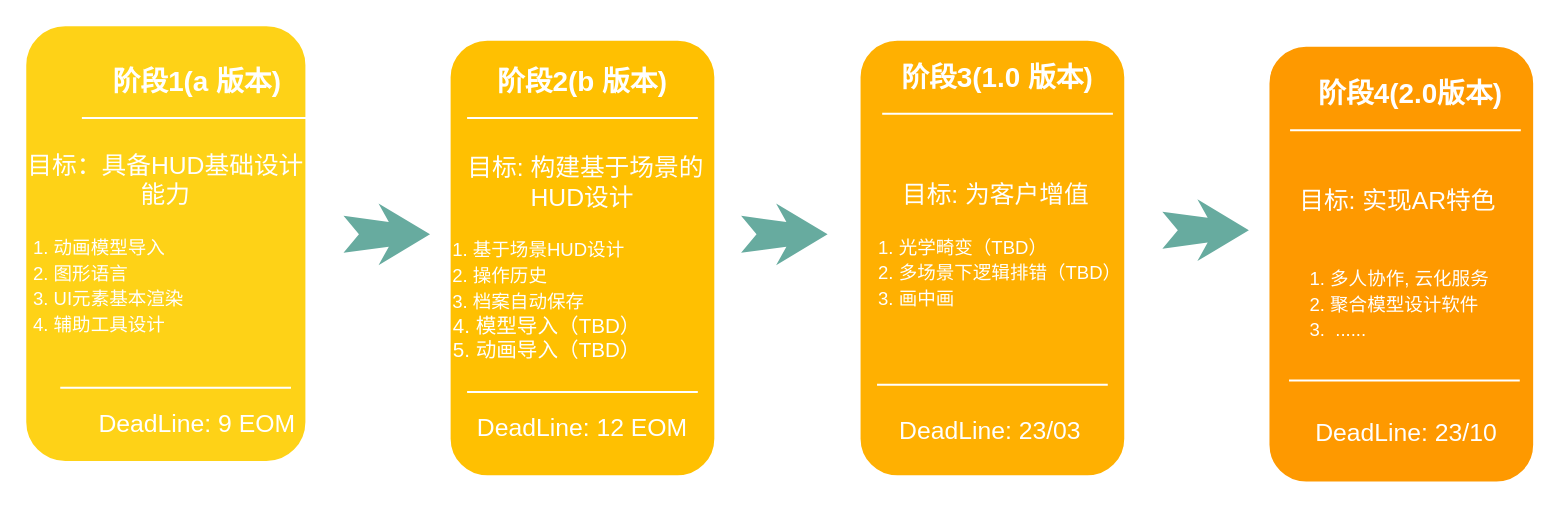
Earlier version of the draw.io diagram 版本规划.drawio (Evan2698/WorkFlowItem). Source tidied: cells renumbered, new cells numbered last; positions are measured from the earlier drawing's top-left corner, leaving out a move shared by most shapes. Both pictures are drawn from the tidied source at 103%, with x=0, y=0 at pixel (22, 22).
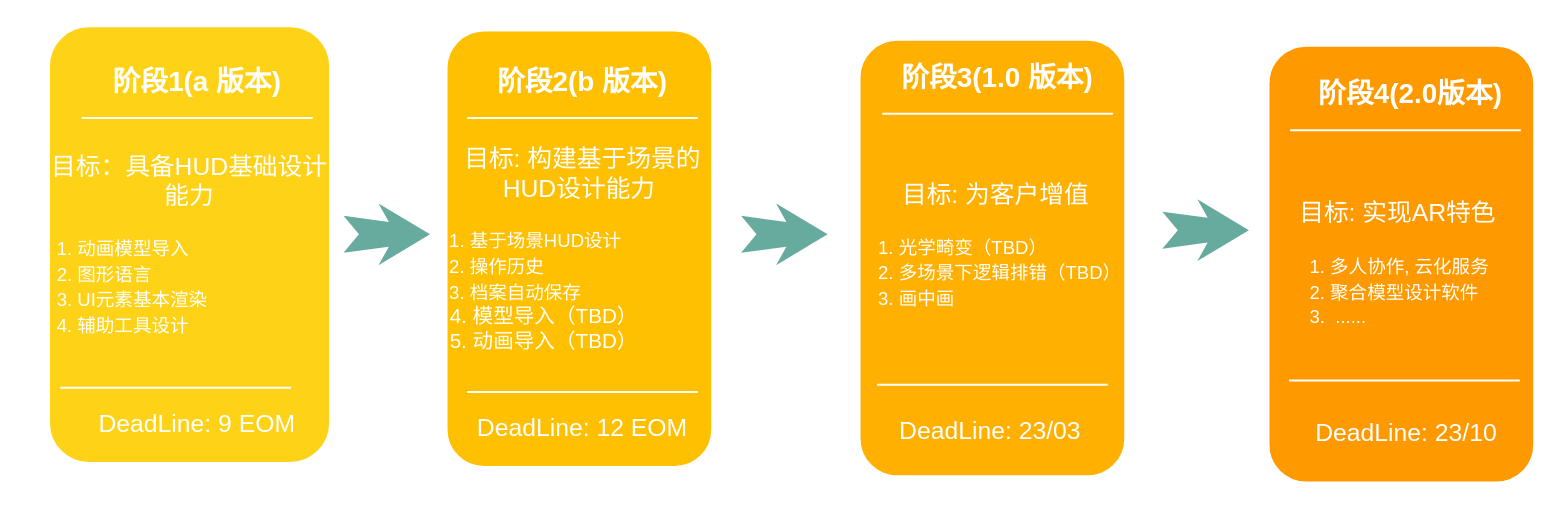
The same page after the edit.

The edit, as a diff of the source:
```diff
@@
     <mxCell id="2" value="&lt;font color=&quot;#ffffff&quot; style=&quot;&quot;&gt;&lt;span style=&quot;font-size: 24px;&quot;&gt;目标：具备HUD基础设计能力&lt;br&gt;&lt;/span&gt;&lt;br&gt;&lt;div style=&quot;text-align: left;&quot;&gt;&lt;span style=&quot;font-size: 18px; background-color: initial;&quot;&gt;&amp;nbsp; 1. 动画模型导入&lt;/span&gt;&lt;br&gt;&lt;/div&gt;&lt;div style=&quot;text-align: left;&quot;&gt;&lt;span style=&quot;background-color: initial;&quot;&gt;&lt;font style=&quot;font-size: 18px;&quot;&gt;&amp;nbsp; 2. 图形语言&lt;/font&gt;&lt;/span&gt;&lt;/div&gt;&lt;div style=&quot;text-align: left;&quot;&gt;&lt;span style=&quot;background-color: initial;&quot;&gt;&lt;font style=&quot;font-size: 18px;&quot;&gt;&amp;nbsp; 3.&lt;/font&gt;&lt;/span&gt;&lt;span style=&quot;font-size: 18px; background-color: initial;&quot;&gt;&amp;nbsp;UI元素基本渲染&lt;/span&gt;&lt;/div&gt;&lt;div style=&quot;text-align: left;&quot;&gt;&lt;span style=&quot;font-size: 18px; background-color: initial;&quot;&gt;&amp;nbsp; 4. 辅助工具设计&lt;/span&gt;&lt;/div&gt;&lt;/font&gt;" style="whiteSpace=wrap;html=1;rounded=1;shadow=0;strokeWidth=8;fontSize=20;align=center;fillColor=#FED217;strokeColor=#FFFFFF;" parent="1" vertex="1">
-      <mxGeometry width="279" height="430" as="geometry" />
+      <mxGeometry x="23" y="1" width="279" height="430" as="geometry" />
     </mxCell>
@@
-    <mxCell id="8" value="&lt;font color=&quot;#ffffff&quot; style=&quot;&quot;&gt;&lt;span style=&quot;font-size: 24px;&quot;&gt;&amp;nbsp;目标: 构建基于场景的HUD设计&lt;br&gt;&lt;/span&gt;&lt;br&gt;&lt;div style=&quot;text-align: left;&quot;&gt;&lt;span style=&quot;font-size: 18px; background-color: initial;&quot;&gt;&amp;nbsp;1. 基于场景HUD设计&lt;/span&gt;&lt;/div&gt;&lt;div style=&quot;text-align: left;&quot;&gt;&lt;span style=&quot;font-size: 18px; background-color: initial;&quot;&gt;&amp;nbsp;2. 操作历史&lt;/span&gt;&lt;/div&gt;&lt;div style=&quot;text-align: left;&quot;&gt;&lt;span style=&quot;font-size: 18px; background-color: initial;&quot;&gt;&amp;nbsp;3. 档案自动保存&lt;/span&gt;&lt;/div&gt;&lt;div style=&quot;text-align: left;&quot;&gt;&amp;nbsp;4. 模型导入（TBD）&lt;/div&gt;&lt;div style=&quot;text-align: left;&quot;&gt;&amp;nbsp;5. 动画导入（TBD）&amp;nbsp;&lt;/div&gt;&lt;/font&gt;" style="whiteSpace=wrap;html=1;rounded=1;shadow=0;strokeWidth=8;fontSize=20;align=center;fillColor=#FFC001;strokeColor=#FFFFFF;" parent="1" vertex="1">
-      <mxGeometry x="412" y="14" width="264" height="430" as="geometry" />
+    <mxCell id="8" value="&lt;font color=&quot;#ffffff&quot; style=&quot;&quot;&gt;&lt;span style=&quot;font-size: 24px;&quot;&gt;&amp;nbsp;目标: 构建基于场景的HUD设计能力&lt;br&gt;&lt;/span&gt;&lt;br&gt;&lt;div style=&quot;text-align: left;&quot;&gt;&lt;span style=&quot;font-size: 18px; background-color: initial;&quot;&gt;&amp;nbsp;1. 基于场景HUD设计&lt;/span&gt;&lt;/div&gt;&lt;div style=&quot;text-align: left;&quot;&gt;&lt;span style=&quot;font-size: 18px; background-color: initial;&quot;&gt;&amp;nbsp;2. 操作历史&lt;/span&gt;&lt;/div&gt;&lt;div style=&quot;text-align: left;&quot;&gt;&lt;span style=&quot;font-size: 18px; background-color: initial;&quot;&gt;&amp;nbsp;3. 档案自动保存&lt;/span&gt;&lt;/div&gt;&lt;div style=&quot;text-align: left;&quot;&gt;&amp;nbsp;4. 模型导入（TBD）&lt;/div&gt;&lt;div style=&quot;text-align: left;&quot;&gt;&amp;nbsp;5. 动画导入（TBD）&amp;nbsp;&lt;/div&gt;&lt;/font&gt;" style="whiteSpace=wrap;html=1;rounded=1;shadow=0;strokeWidth=8;fontSize=20;align=center;fillColor=#FFC001;strokeColor=#FFFFFF;" parent="1" vertex="1">
+      <mxGeometry x="409" y="5" width="264" height="430" as="geometry" />
     </mxCell>
@@
-    <mxCell id="18" value="&lt;font style=&quot;&quot; color=&quot;#ffffff&quot;&gt;&lt;span style=&quot;font-size: 24px;&quot;&gt;目标: 实现AR特色&amp;nbsp;&lt;/span&gt;&lt;br&gt;&lt;br&gt;&lt;div style=&quot;text-align: left;&quot;&gt;&lt;br&gt;&lt;/div&gt;&lt;div style=&quot;text-align: left;&quot;&gt;&lt;span style=&quot;font-size: 18px; background-color: initial;&quot;&gt;&amp;nbsp; 1. 多人协作, 云化服务&lt;/span&gt;&lt;/div&gt;&lt;div style=&quot;text-align: left;&quot;&gt;&lt;span style=&quot;font-size: 18px; background-color: initial;&quot;&gt;&amp;nbsp; 2. 聚合模型设计软件&lt;/span&gt;&lt;/div&gt;&lt;div style=&quot;text-align: left;&quot;&gt;&lt;span style=&quot;font-size: 18px; background-color: initial;&quot;&gt;&amp;nbsp; 3.&amp;nbsp; ......&lt;/span&gt;&lt;/div&gt;&lt;/font&gt;" style="whiteSpace=wrap;html=1;rounded=1;shadow=0;strokeWidth=8;fontSize=20;align=center;fillColor=#FE9900;strokeColor=#FFFFFF;" parent="1" vertex="1">
+    <mxCell id="18" value="&lt;font style=&quot;&quot; color=&quot;#ffffff&quot;&gt;&lt;span style=&quot;font-size: 24px;&quot;&gt;目标: 实现AR特色&amp;nbsp;&lt;/span&gt;&lt;br&gt;&lt;br&gt;&lt;div style=&quot;text-align: left;&quot;&gt;&lt;span style=&quot;background-color: initial; font-size: 18px;&quot;&gt;&amp;nbsp; 1. 多人协作, 云化服务&lt;/span&gt;&lt;br&gt;&lt;/div&gt;&lt;div style=&quot;text-align: left;&quot;&gt;&lt;span style=&quot;font-size: 18px; background-color: initial;&quot;&gt;&amp;nbsp; 2. 聚合模型设计软件&lt;/span&gt;&lt;/div&gt;&lt;div style=&quot;text-align: left;&quot;&gt;&lt;span style=&quot;font-size: 18px; background-color: initial;&quot;&gt;&amp;nbsp; 3.&amp;nbsp; ......&lt;/span&gt;&lt;/div&gt;&lt;/font&gt;" style="whiteSpace=wrap;html=1;rounded=1;shadow=0;strokeWidth=8;fontSize=20;align=center;fillColor=#FE9900;strokeColor=#FFFFFF;" parent="1" vertex="1">
       <mxGeometry x="1207" y="20" width="264" height="430" as="geometry" />
     </mxCell>
```
